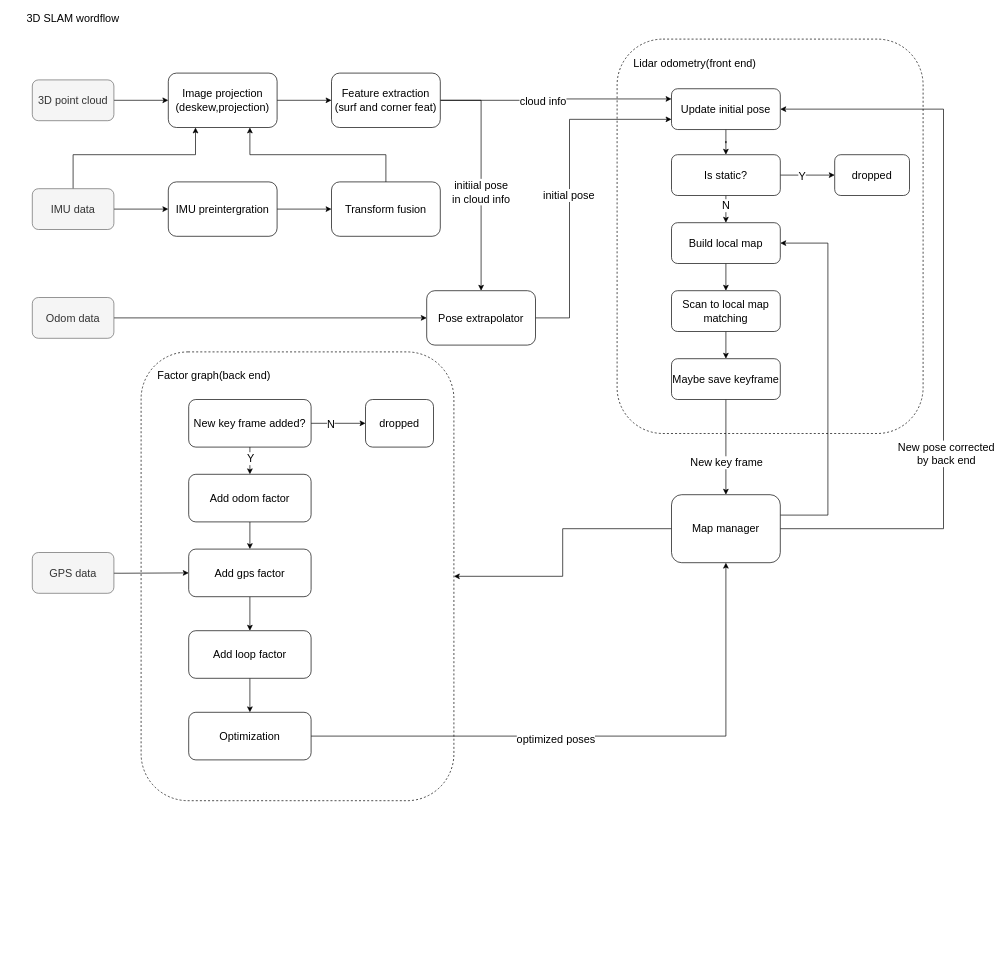
Before: 3d_SLAM_lio_structure.drawio in mMikaa00/For_draw_io, a draw.io diagram. Source tidied: cells renumbered, new cells numbered last; positions are measured from the earlier drawing's top-left corner, leaving out a move shared by most shapes. Both pictures are drawn from the tidied source at 68%, with x=0, y=0 at pixel (12, 12).
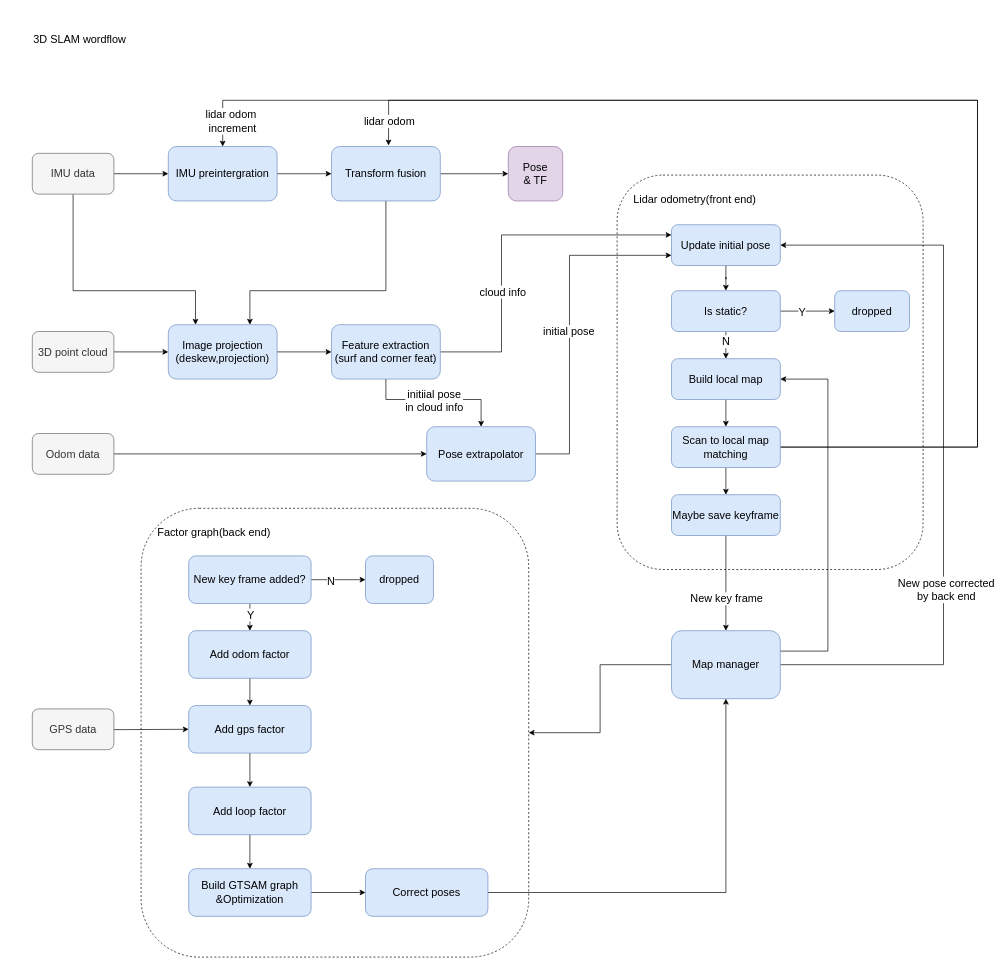
Above is the later version.

The edit, as a diff of the source:
```diff
@@
+    <mxCell id="45" value="&lt;br&gt;&amp;nbsp; &amp;nbsp; &amp;nbsp;Factor graph(back end)" style="rounded=1;whiteSpace=wrap;html=1;fontSize=16;align=left;verticalAlign=top;dashed=1;fillColor=none;" parent="1" vertex="1">
+      <mxGeometry x="190" y="730" width="570" height="660" as="geometry" />
+    </mxCell>
-    <mxCell id="2" value="&lt;br&gt;&amp;nbsp; &amp;nbsp; &amp;nbsp;Lidar odometry(front end)" style="rounded=1;whiteSpace=wrap;html=1;fontSize=16;align=left;verticalAlign=top;dashed=1;" parent="1" vertex="1">
-      <mxGeometry x="890" y="40" width="450" height="580" as="geometry" />
+    <mxCell id="2" value="&lt;br&gt;&amp;nbsp; &amp;nbsp; &amp;nbsp;Lidar odometry(front end)" style="rounded=1;whiteSpace=wrap;html=1;fontSize=16;align=left;verticalAlign=top;dashed=1;fillColor=none;" parent="1" vertex="1">
+      <mxGeometry x="890" y="240" width="450" height="580" as="geometry" />
     </mxCell>
     <mxCell id="3" value="&lt;font style=&quot;font-size: 16px&quot;&gt;3D SLAM wordflow&lt;/font&gt;" style="text;html=1;strokeColor=none;fillColor=none;align=center;verticalAlign=middle;whiteSpace=wrap;rounded=0;" parent="1" vertex="1">
-      <mxGeometry width="180" height="20" as="geometry" />
+      <mxGeometry x="10" y="30" width="180" height="20" as="geometry" />
     </mxCell>
@@
     <mxCell id="5" value="3D point cloud" style="rounded=1;whiteSpace=wrap;html=1;fontSize=16;fillColor=#f5f5f5;strokeColor=#666666;fontColor=#333333;" parent="1" vertex="1">
-      <mxGeometry x="30" y="100" width="120" height="60" as="geometry" />
+      <mxGeometry x="30" y="470" width="120" height="60" as="geometry" />
     </mxCell>
@@
-    <mxCell id="7" style="edgeStyle=orthogonalEdgeStyle;rounded=0;jettySize=auto;html=1;entryX=0.25;entryY=1;entryDx=0;entryDy=0;fontSize=16;" parent="1" edge="1" source="8" target="16">
+    <mxCell id="7" style="edgeStyle=orthogonalEdgeStyle;rounded=0;jettySize=auto;html=1;entryX=0.25;entryY=0;entryDx=0;entryDy=0;fontSize=16;" parent="1" edge="1" source="8" target="16">
       <mxGeometry relative="1" as="geometry">
         <Array as="points">
-          <mxPoint x="90" y="210" />
-          <mxPoint x="270" y="210" />
+          <mxPoint x="90" y="410" />
+          <mxPoint x="270" y="410" />
         </Array>
       </mxGeometry>
     </mxCell>
     <mxCell id="8" value="IMU data" style="rounded=1;whiteSpace=wrap;html=1;fontSize=16;fillColor=#f5f5f5;strokeColor=#666666;fontColor=#333333;" parent="1" vertex="1">
-      <mxGeometry x="30" y="260" width="120" height="60" as="geometry" />
+      <mxGeometry x="30" y="208" width="120" height="60" as="geometry" />
     </mxCell>
@@
     <mxCell id="10" value="Odom data" style="rounded=1;whiteSpace=wrap;html=1;fontSize=16;fillColor=#f5f5f5;strokeColor=#666666;fontColor=#333333;" parent="1" vertex="1">
-      <mxGeometry x="30" y="420" width="120" height="60" as="geometry" />
+      <mxGeometry x="30" y="620" width="120" height="60" as="geometry" />
     </mxCell>
@@
-    <mxCell id="12" value="IMU preintergration" style="rounded=1;whiteSpace=wrap;html=1;fontSize=16;" parent="1" vertex="1">
-      <mxGeometry x="230" y="250" width="160" height="80" as="geometry" />
+    <mxCell id="12" value="IMU preintergration" style="rounded=1;whiteSpace=wrap;html=1;fontSize=16;fillColor=#dae8fc;strokeColor=#6c8ebf;" parent="1" vertex="1">
+      <mxGeometry x="230" y="198" width="160" height="80" as="geometry" />
     </mxCell>
-    <mxCell id="13" style="edgeStyle=orthogonalEdgeStyle;rounded=0;jettySize=auto;html=1;entryX=0.75;entryY=1;entryDx=0;entryDy=0;fontSize=16;" parent="1" edge="1" source="14" target="16">
+    <mxCell id="13" style="edgeStyle=orthogonalEdgeStyle;rounded=0;jettySize=auto;html=1;entryX=0.75;entryY=0;entryDx=0;entryDy=0;fontSize=16;" parent="1" edge="1" source="14" target="16">
       <mxGeometry relative="1" as="geometry">
         <Array as="points">
-          <mxPoint x="550" y="210" />
-          <mxPoint x="350" y="210" />
+          <mxPoint x="550" y="410" />
+          <mxPoint x="350" y="410" />
         </Array>
       </mxGeometry>
     </mxCell>
+    <mxCell id="63" style="edgeStyle=orthogonalEdgeStyle;rounded=0;jettySize=auto;html=1;fontSize=16;" parent="1" edge="1" source="14" target="69">
+      <mxGeometry relative="1" as="geometry" />
+    </mxCell>
-    <mxCell id="14" value="Transform fusion" style="rounded=1;whiteSpace=wrap;html=1;fontSize=16;" parent="1" vertex="1">
-      <mxGeometry x="470" y="250" width="160" height="80" as="geometry" />
+    <mxCell id="14" value="Transform fusion" style="rounded=1;whiteSpace=wrap;html=1;fontSize=16;fillColor=#dae8fc;strokeColor=#6c8ebf;" parent="1" vertex="1">
+      <mxGeometry x="470" y="198" width="160" height="80" as="geometry" />
     </mxCell>
@@
-    <mxCell id="16" value="Image projection&lt;br&gt;(deskew,projection)" style="rounded=1;whiteSpace=wrap;html=1;fontSize=16;" parent="1" vertex="1">
-      <mxGeometry x="230" y="90" width="160" height="80" as="geometry" />
+    <mxCell id="16" value="Image projection&lt;br&gt;(deskew,projection)" style="rounded=1;whiteSpace=wrap;html=1;fontSize=16;fillColor=#dae8fc;strokeColor=#6c8ebf;" parent="1" vertex="1">
+      <mxGeometry x="230" y="460" width="160" height="80" as="geometry" />
     </mxCell>
     <mxCell id="17" style="edgeStyle=orthogonalEdgeStyle;rounded=0;jettySize=auto;html=1;entryX=0.5;entryY=0;entryDx=0;entryDy=0;fontSize=16;" parent="1" edge="1" source="21" target="24">
       <mxGeometry relative="1" as="geometry">
         <Array as="points">
-          <mxPoint x="690" y="130" />
+          <mxPoint x="550" y="570" />
+          <mxPoint x="690" y="570" />
         </Array>
       </mxGeometry>
     </mxCell>
     <mxCell id="18" value="initiial pose&lt;br&gt;in cloud info" style="edgeLabel;html=1;align=center;verticalAlign=middle;fontSize=16;" parent="17" vertex="1">
-      <mxGeometry x="0.14" y="-1" relative="1" as="geometry" />
+      <mxGeometry x="0.14" y="-1" relative="1" as="geometry">
+        <mxPoint x="-20" as="offset" />
+      </mxGeometry>
     </mxCell>
     <mxCell id="19" style="edgeStyle=orthogonalEdgeStyle;rounded=0;jettySize=auto;html=1;fontSize=16;entryX=0;entryY=0.25;entryDx=0;entryDy=0;" parent="1" edge="1" source="21" target="26">
-      <mxGeometry relative="1" as="geometry" />
+      <mxGeometry relative="1" as="geometry">
+        <Array as="points">
+          <mxPoint x="720" y="500" />
+          <mxPoint x="720" y="328" />
+        </Array>
+      </mxGeometry>
     </mxCell>
     <mxCell id="20" value="cloud info" style="edgeLabel;html=1;align=center;verticalAlign=middle;fontSize=16;" parent="19" vertex="1">
-      <mxGeometry x="-0.12" y="-1" relative="1" as="geometry" />
+      <mxGeometry x="-0.12" y="-1" relative="1" as="geometry">
+        <mxPoint y="46" as="offset" />
+      </mxGeometry>
     </mxCell>
-    <mxCell id="21" value="Feature extraction&lt;br&gt;(surf and corner feat)" style="rounded=1;whiteSpace=wrap;html=1;fontSize=16;" parent="1" vertex="1">
-      <mxGeometry x="470" y="90" width="160" height="80" as="geometry" />
+    <mxCell id="21" value="Feature extraction&lt;br&gt;(surf and corner feat)" style="rounded=1;whiteSpace=wrap;html=1;fontSize=16;fillColor=#dae8fc;strokeColor=#6c8ebf;" parent="1" vertex="1">
+      <mxGeometry x="470" y="460" width="160" height="80" as="geometry" />
     </mxCell>
     <mxCell id="22" style="edgeStyle=orthogonalEdgeStyle;rounded=0;jettySize=auto;html=1;fontSize=16;entryX=0;entryY=0.75;entryDx=0;entryDy=0;" parent="1" edge="1" source="24" target="26">
       <mxGeometry relative="1" as="geometry">
         <Array as="points">
-          <mxPoint x="820" y="450" />
-          <mxPoint x="820" y="158" />
+          <mxPoint x="820" y="650" />
+          <mxPoint x="820" y="358" />
         </Array>
       </mxGeometry>
     </mxCell>
@@
-    <mxCell id="24" value="Pose extrapolator" style="rounded=1;whiteSpace=wrap;html=1;fontSize=16;" parent="1" vertex="1">
-      <mxGeometry x="610" y="410" width="160" height="80" as="geometry" />
+    <mxCell id="24" value="Pose extrapolator" style="rounded=1;whiteSpace=wrap;html=1;fontSize=16;fillColor=#dae8fc;strokeColor=#6c8ebf;" parent="1" vertex="1">
+      <mxGeometry x="610" y="610" width="160" height="80" as="geometry" />
     </mxCell>
@@
-    <mxCell id="26" value="Update initial pose" style="rounded=1;whiteSpace=wrap;html=1;fontSize=16;" parent="1" vertex="1">
-      <mxGeometry x="970" y="113" width="160" height="60" as="geometry" />
+    <mxCell id="26" value="Update initial pose" style="rounded=1;whiteSpace=wrap;html=1;fontSize=16;fillColor=#dae8fc;strokeColor=#6c8ebf;" parent="1" vertex="1">
+      <mxGeometry x="970" y="313" width="160" height="60" as="geometry" />
     </mxCell>
@@
-    <mxCell id="28" value="Build local map" style="rounded=1;whiteSpace=wrap;html=1;fontSize=16;" parent="1" vertex="1">
-      <mxGeometry x="970" y="310" width="160" height="60" as="geometry" />
+    <mxCell id="28" value="Build local map" style="rounded=1;whiteSpace=wrap;html=1;fontSize=16;fillColor=#dae8fc;strokeColor=#6c8ebf;" parent="1" vertex="1">
+      <mxGeometry x="970" y="510" width="160" height="60" as="geometry" />
     </mxCell>
@@
+    <mxCell id="64" style="edgeStyle=orthogonalEdgeStyle;rounded=0;jettySize=auto;html=1;fontSize=16;exitX=1;exitY=0.5;exitDx=0;exitDy=0;entryX=0.5;entryY=0;entryDx=0;entryDy=0;" parent="1" edge="1" source="30" target="12">
+      <mxGeometry relative="1" as="geometry">
+        <Array as="points">
+          <mxPoint x="1420" y="640" />
+          <mxPoint x="1420" y="130" />
+          <mxPoint x="310" y="130" />
+        </Array>
+      </mxGeometry>
+    </mxCell>
+    <mxCell id="65" value="lidar odom&lt;br&gt;&amp;nbsp;increment" style="edgeLabel;html=1;align=center;verticalAlign=middle;fontSize=16;" parent="64" vertex="1">
+      <mxGeometry x="0.92" y="1" relative="1" as="geometry">
+        <mxPoint y="29" as="offset" />
+      </mxGeometry>
+    </mxCell>
+    <mxCell id="66" style="edgeStyle=orthogonalEdgeStyle;rounded=0;jettySize=auto;html=1;fontSize=16;exitX=1;exitY=0.5;exitDx=0;exitDy=0;entryX=0.524;entryY=-0.02;entryDx=0;entryDy=0;entryPerimeter=0;" parent="1" edge="1" source="30" target="14">
+      <mxGeometry relative="1" as="geometry">
+        <Array as="points">
+          <mxPoint x="1420" y="640" />
+          <mxPoint x="1420" y="130" />
+          <mxPoint x="554" y="130" />
+          <mxPoint x="554" y="160" />
+        </Array>
+      </mxGeometry>
+    </mxCell>
+    <mxCell id="67" value="lidar odom" style="edgeLabel;html=1;align=center;verticalAlign=middle;fontSize=16;" parent="66" vertex="1">
+      <mxGeometry x="0.87" y="1" relative="1" as="geometry">
+        <mxPoint x="-46" y="29" as="offset" />
+      </mxGeometry>
+    </mxCell>
-    <mxCell id="30" value="Scan to local map matching" style="rounded=1;whiteSpace=wrap;html=1;fontSize=16;" parent="1" vertex="1">
-      <mxGeometry x="970" y="410" width="160" height="60" as="geometry" />
+    <mxCell id="30" value="Scan to local map matching" style="rounded=1;whiteSpace=wrap;html=1;fontSize=16;fillColor=#dae8fc;strokeColor=#6c8ebf;" parent="1" vertex="1">
+      <mxGeometry x="970" y="610" width="160" height="60" as="geometry" />
     </mxCell>
@@
-    <mxCell id="33" value="Maybe save keyframe" style="rounded=1;whiteSpace=wrap;html=1;fontSize=16;" parent="1" vertex="1">
-      <mxGeometry x="970" y="510" width="160" height="60" as="geometry" />
+    <mxCell id="33" value="Maybe save keyframe" style="rounded=1;whiteSpace=wrap;html=1;fontSize=16;fillColor=#dae8fc;strokeColor=#6c8ebf;" parent="1" vertex="1">
+      <mxGeometry x="970" y="710" width="160" height="60" as="geometry" />
     </mxCell>
@@
-    <mxCell id="38" value="&amp;nbsp;Is static?&amp;nbsp;" style="rounded=1;whiteSpace=wrap;html=1;fontSize=16;" parent="1" vertex="1">
-      <mxGeometry x="970" y="210" width="160" height="60" as="geometry" />
+    <mxCell id="38" value="&amp;nbsp;Is static?&amp;nbsp;" style="rounded=1;whiteSpace=wrap;html=1;fontSize=16;fillColor=#dae8fc;strokeColor=#6c8ebf;" parent="1" vertex="1">
+      <mxGeometry x="970" y="410" width="160" height="60" as="geometry" />
     </mxCell>
-    <mxCell id="39" value="dropped" style="rounded=1;whiteSpace=wrap;html=1;fontSize=16;" parent="1" vertex="1">
-      <mxGeometry x="1210" y="210" width="110" height="60" as="geometry" />
+    <mxCell id="39" value="dropped" style="rounded=1;whiteSpace=wrap;html=1;fontSize=16;fillColor=#dae8fc;strokeColor=#6c8ebf;" parent="1" vertex="1">
+      <mxGeometry x="1210" y="410" width="110" height="60" as="geometry" />
     </mxCell>
     <mxCell id="40" style="edgeStyle=orthogonalEdgeStyle;rounded=0;jettySize=auto;html=1;entryX=1;entryY=0.5;entryDx=0;entryDy=0;fontSize=16;" parent="1" edge="1" source="44" target="28">
       <mxGeometry relative="1" as="geometry">
         <Array as="points">
-          <mxPoint x="1200" y="740" />
-          <mxPoint x="1200" y="340" />
+          <mxPoint x="1200" y="940" />
+          <mxPoint x="1200" y="540" />
         </Array>
       </mxGeometry>
     </mxCell>
@@
     <mxCell id="42" style="edgeStyle=orthogonalEdgeStyle;rounded=0;jettySize=auto;html=1;entryX=1;entryY=0.5;entryDx=0;entryDy=0;fontSize=16;" parent="1" edge="1" source="44" target="26">
       <mxGeometry relative="1" as="geometry">
         <Array as="points">
-          <mxPoint x="1370" y="760" />
-          <mxPoint x="1370" y="143" />
+          <mxPoint x="1370" y="960" />
+          <mxPoint x="1370" y="343" />
         </Array>
       </mxGeometry>
     </mxCell>
@@
-    <mxCell id="44" value="Map manager" style="rounded=1;whiteSpace=wrap;html=1;fontSize=16;" parent="1" vertex="1">
-      <mxGeometry x="970" y="710" width="160" height="100" as="geometry" />
+    <mxCell id="44" value="Map manager" style="rounded=1;whiteSpace=wrap;html=1;fontSize=16;fillColor=#dae8fc;strokeColor=#6c8ebf;" parent="1" vertex="1">
+      <mxGeometry x="970" y="910" width="160" height="100" as="geometry" />
     </mxCell>
-    <mxCell id="45" value="&lt;br&gt;&amp;nbsp; &amp;nbsp; &amp;nbsp;Factor graph(back end)" style="rounded=1;whiteSpace=wrap;html=1;fontSize=16;align=left;verticalAlign=top;dashed=1;" parent="1" vertex="1">
-      <mxGeometry x="190" y="500" width="460" height="660" as="geometry" />
-    </mxCell>
@@
-    <mxCell id="50" value="New key frame added?" style="rounded=1;whiteSpace=wrap;html=1;fontSize=16;" parent="1" vertex="1">
-      <mxGeometry x="260" y="570" width="180" height="70" as="geometry" />
+    <mxCell id="50" value="New key frame added?" style="rounded=1;whiteSpace=wrap;html=1;fontSize=16;fillColor=#dae8fc;strokeColor=#6c8ebf;" parent="1" vertex="1">
+      <mxGeometry x="260" y="800" width="180" height="70" as="geometry" />
     </mxCell>
@@
-    <mxCell id="52" value="Add odom factor" style="rounded=1;whiteSpace=wrap;html=1;fontSize=16;" parent="1" vertex="1">
-      <mxGeometry x="260" y="680" width="180" height="70" as="geometry" />
+    <mxCell id="52" value="Add odom factor" style="rounded=1;whiteSpace=wrap;html=1;fontSize=16;fillColor=#dae8fc;strokeColor=#6c8ebf;" parent="1" vertex="1">
+      <mxGeometry x="260" y="910" width="180" height="70" as="geometry" />
     </mxCell>
@@
-    <mxCell id="54" value="Add gps factor" style="rounded=1;whiteSpace=wrap;html=1;fontSize=16;" parent="1" vertex="1">
-      <mxGeometry x="260" y="790" width="180" height="70" as="geometry" />
+    <mxCell id="54" value="Add gps factor" style="rounded=1;whiteSpace=wrap;html=1;fontSize=16;fillColor=#dae8fc;strokeColor=#6c8ebf;" parent="1" vertex="1">
+      <mxGeometry x="260" y="1020" width="180" height="70" as="geometry" />
     </mxCell>
     <mxCell id="55" style="edgeStyle=orthogonalEdgeStyle;rounded=0;jettySize=auto;html=1;fontSize=16;" parent="1" edge="1" target="54">
       <mxGeometry relative="1" as="geometry">
-        <mxPoint x="60" y="825" as="sourcePoint" />
+        <mxPoint x="60" y="1055" as="sourcePoint" />
       </mxGeometry>
     </mxCell>
     <mxCell id="56" value="GPS data" style="rounded=1;whiteSpace=wrap;html=1;fontSize=16;fillColor=#f5f5f5;strokeColor=#666666;fontColor=#333333;" parent="1" vertex="1">
-      <mxGeometry x="30" y="795" width="120" height="60" as="geometry" />
+      <mxGeometry x="30" y="1025" width="120" height="60" as="geometry" />
     </mxCell>
@@
-    <mxCell id="58" value="Add loop factor" style="rounded=1;whiteSpace=wrap;html=1;fontSize=16;" parent="1" vertex="1">
-      <mxGeometry x="260" y="910" width="180" height="70" as="geometry" />
+    <mxCell id="58" value="Add loop factor" style="rounded=1;whiteSpace=wrap;html=1;fontSize=16;fillColor=#dae8fc;strokeColor=#6c8ebf;" parent="1" vertex="1">
+      <mxGeometry x="260" y="1140" width="180" height="70" as="geometry" />
     </mxCell>
-    <mxCell id="59" value="dropped" style="rounded=1;whiteSpace=wrap;html=1;fontSize=16;" parent="1" vertex="1">
-      <mxGeometry x="520" y="570" width="100" height="70" as="geometry" />
+    <mxCell id="59" value="dropped" style="rounded=1;whiteSpace=wrap;html=1;fontSize=16;fillColor=#dae8fc;strokeColor=#6c8ebf;" parent="1" vertex="1">
+      <mxGeometry x="520" y="800" width="100" height="70" as="geometry" />
     </mxCell>
-    <mxCell id="60" style="edgeStyle=orthogonalEdgeStyle;rounded=0;jettySize=auto;html=1;fontSize=16;" parent="1" edge="1" source="62" target="44">
+    <mxCell id="60" style="edgeStyle=orthogonalEdgeStyle;rounded=0;jettySize=auto;html=1;fontSize=16;exitX=1;exitY=0.5;exitDx=0;exitDy=0;" parent="1" edge="1" source="70" target="44">
       <mxGeometry relative="1" as="geometry" />
     </mxCell>
-    <mxCell id="61" value="optimized poses" style="edgeLabel;html=1;align=center;verticalAlign=middle;fontSize=16;" parent="60" vertex="1">
-      <mxGeometry x="-0.17" y="-3" relative="1" as="geometry" />
-    </mxCell>
+    <mxCell id="68" style="edgeStyle=orthogonalEdgeStyle;rounded=0;jettySize=auto;html=1;fontSize=16;" parent="1" edge="1" source="62" target="70">
+      <mxGeometry relative="1" as="geometry" />
+    </mxCell>
-    <mxCell id="62" value="Optimization" style="rounded=1;whiteSpace=wrap;html=1;fontSize=16;" parent="1" vertex="1">
-      <mxGeometry x="260" y="1030" width="180" height="70" as="geometry" />
+    <mxCell id="62" value="Build GTSAM graph&lt;br&gt;&amp;amp;Optimization" style="rounded=1;whiteSpace=wrap;html=1;fontSize=16;fillColor=#dae8fc;strokeColor=#6c8ebf;" parent="1" vertex="1">
+      <mxGeometry x="260" y="1260" width="180" height="70" as="geometry" />
     </mxCell>
+    <mxCell id="69" value="Pose&lt;br&gt;&amp;amp; TF" style="rounded=1;whiteSpace=wrap;html=1;fontSize=16;fillColor=#e1d5e7;strokeColor=#9673a6;" parent="1" vertex="1">
+      <mxGeometry x="730" y="198" width="80" height="80" as="geometry" />
+    </mxCell>
+    <mxCell id="70" value="Correct poses" style="rounded=1;whiteSpace=wrap;html=1;fontSize=16;fillColor=#dae8fc;strokeColor=#6c8ebf;" parent="1" vertex="1">
+      <mxGeometry x="520" y="1260" width="180" height="70" as="geometry" />
+    </mxCell>
```
